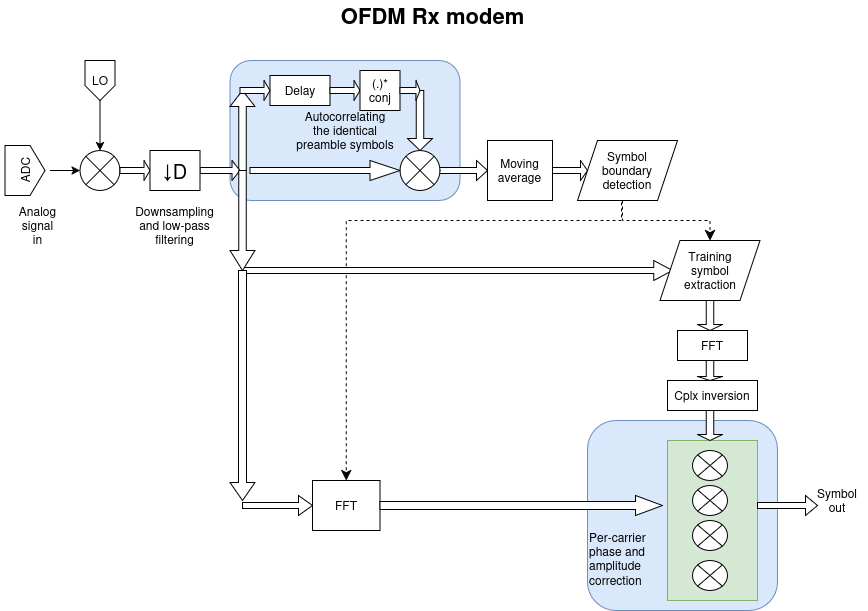
This is os/doc/ofdmmodem_rx.png from szoftveres/RF_instruments, a draw.io export, as it was before one commit. Source tidied: cells renumbered, new cells last; positions are measured from the earlier drawing's top-left corner, leaving out a move shared by most shapes.
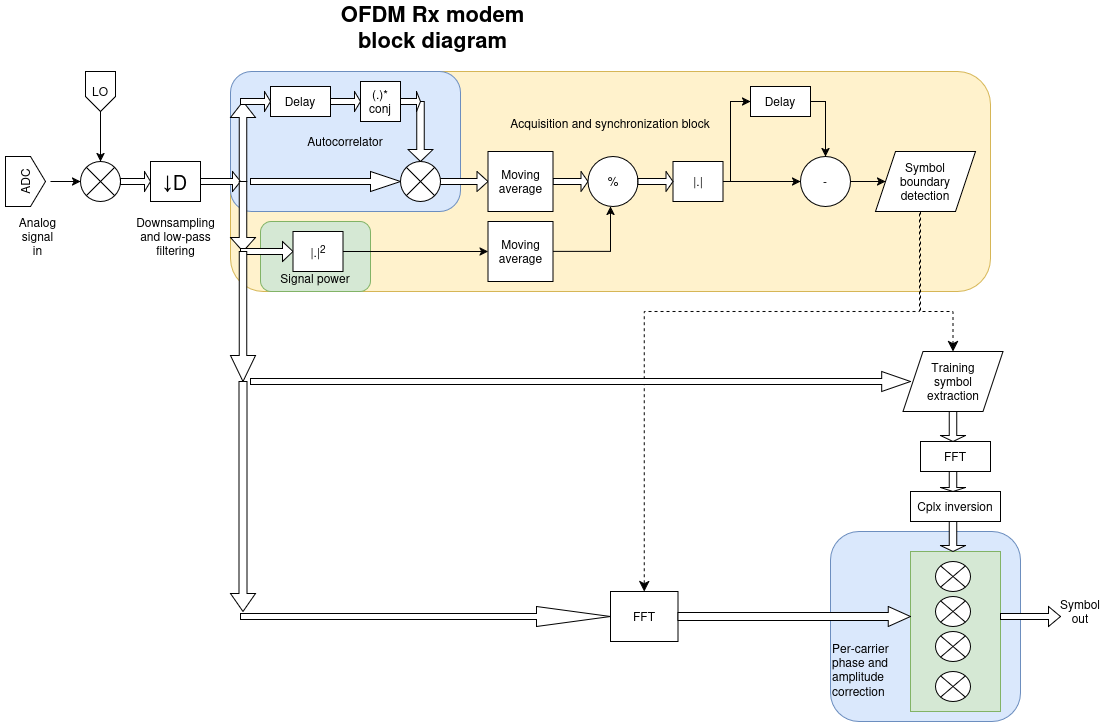
The same file after the commit.

Change to the diagram source:
```diff
@@ -2,17 +2,23 @@
   <root>
     <mxCell id="0" />
     <mxCell id="1" parent="0" />
+    <mxCell id="49" value="Acquisition and synchronization block&lt;div&gt;&lt;br&gt;&lt;/div&gt;&lt;div&gt;&lt;br&gt;&lt;/div&gt;&lt;div&gt;&lt;br&gt;&lt;/div&gt;&lt;div&gt;&lt;br&gt;&lt;/div&gt;&lt;div&gt;&lt;br&gt;&lt;/div&gt;&lt;div&gt;&lt;br&gt;&lt;/div&gt;&lt;div&gt;&lt;br&gt;&lt;/div&gt;&lt;div&gt;&lt;br&gt;&lt;/div&gt;" style="rounded=1;whiteSpace=wrap;html=1;fillColor=#fff2cc;strokeColor=#d6b656;" parent="1" vertex="1">
+      <mxGeometry x="229.5" y="60" width="760" height="220" as="geometry" />
+    </mxCell>
+    <mxCell id="50" value="&lt;div&gt;&lt;br&gt;&lt;/div&gt;&lt;div&gt;&lt;br&gt;&lt;/div&gt;&lt;div&gt;&lt;br&gt;&lt;/div&gt;&lt;div&gt;Signal power&lt;/div&gt;" style="rounded=1;whiteSpace=wrap;html=1;fillColor=#d5e8d4;strokeColor=#82b366;" parent="1" vertex="1">
+      <mxGeometry x="259.5" y="210" width="110" height="70" as="geometry" />
+    </mxCell>
     <mxCell id="2" style="edgeStyle=elbowEdgeStyle;elbow=vertical;endArrow=classic;html=1;curved=0;rounded=0;endSize=8;startSize=8;dashed=1;entryX=0.5;entryY=0;entryDx=0;entryDy=0;exitX=0.44;exitY=1.033;exitDx=0;exitDy=0;exitPerimeter=0;" parent="1" edge="1" source="22" target="36">
       <mxGeometry relative="1" as="geometry">
         <Array as="points">
-          <mxPoint x="482" y="220" />
+          <mxPoint x="779.5" y="300" />
         </Array>
       </mxGeometry>
     </mxCell>
     <mxCell id="3" value="&lt;div align=&quot;left&quot;&gt;&lt;br&gt;&lt;/div&gt;&lt;div align=&quot;left&quot;&gt;&lt;br&gt;&lt;/div&gt;&lt;div align=&quot;left&quot;&gt;&lt;br&gt;&lt;/div&gt;&lt;div align=&quot;left&quot;&gt;&lt;br&gt;&lt;/div&gt;&lt;div align=&quot;left&quot;&gt;&lt;br&gt;&lt;/div&gt;&lt;div align=&quot;left&quot;&gt;&lt;br&gt;&lt;/div&gt;&lt;div align=&quot;left&quot;&gt;Per-carrier&lt;/div&gt;&lt;div align=&quot;left&quot;&gt;phase and&lt;/div&gt;&lt;div align=&quot;left&quot;&gt;amplitude&lt;/div&gt;&lt;div align=&quot;left&quot;&gt;correction&lt;/div&gt;" style="rounded=1;whiteSpace=wrap;html=1;align=left;fillColor=#dae8fc;strokeColor=#6c8ebf;" parent="1" vertex="1">
-      <mxGeometry x="587" y="420" width="190" height="190" as="geometry" />
+      <mxGeometry x="829.5" y="520" width="190" height="190" as="geometry" />
     </mxCell>
-    <mxCell id="4" value="&lt;div&gt;Autocorrelating&lt;/div&gt;&lt;div&gt;the identical&lt;/div&gt;&lt;div&gt;preamble symbols&lt;/div&gt;" style="rounded=1;whiteSpace=wrap;html=1;fillColor=#dae8fc;strokeColor=#6c8ebf;" parent="1" vertex="1">
+    <mxCell id="4" value="Autocorrelator" style="rounded=1;whiteSpace=wrap;html=1;fillColor=#dae8fc;strokeColor=#6c8ebf;" parent="1" vertex="1">
       <mxGeometry x="229.5" y="60" width="230" height="140" as="geometry" />
     </mxCell>
     <mxCell id="5" style="shape=singleArrow;whiteSpace=wrap;html=1;" parent="1" vertex="1">
@@ -70,64 +76,64 @@
       <mxGeometry x="399.5" y="80" width="20" height="20" as="geometry" />
     </mxCell>
     <mxCell id="22" value="&lt;div&gt;Symbol&lt;/div&gt;&lt;div&gt;boundary&lt;/div&gt;&lt;div&gt;detection&lt;/div&gt;" style="shape=parallelogram;perimeter=parallelogramPerimeter;whiteSpace=wrap;html=1;fixedSize=1;" parent="1" vertex="1">
-      <mxGeometry x="577" y="140" width="100" height="60" as="geometry" />
+      <mxGeometry x="874.5" y="140" width="100" height="60" as="geometry" />
     </mxCell>
     <mxCell id="23" style="shape=singleArrow;whiteSpace=wrap;html=1;" parent="1" vertex="1">
       <mxGeometry x="552" y="160" width="35" height="20" as="geometry" />
     </mxCell>
     <mxCell id="24" style="shape=singleArrow;whiteSpace=wrap;html=1;arrowWidth=0.3;arrowSize=0.04367816091954023;" parent="1" vertex="1">
-      <mxGeometry x="242" y="260" width="430" height="20" as="geometry" />
+      <mxGeometry x="249.5" y="360" width="660" height="20" as="geometry" />
     </mxCell>
     <mxCell id="25" value="&lt;div&gt;Training&lt;/div&gt;&lt;div&gt;symbol&lt;/div&gt;&lt;div&gt;extraction&lt;/div&gt;" style="shape=parallelogram;perimeter=parallelogramPerimeter;whiteSpace=wrap;html=1;fixedSize=1;" parent="1" vertex="1">
-      <mxGeometry x="659.5" y="240" width="100" height="60" as="geometry" />
+      <mxGeometry x="902" y="340" width="100" height="60" as="geometry" />
     </mxCell>
     <mxCell id="26" style="shape=singleArrow;direction=north;whiteSpace=wrap;html=1;rotation=-180;" parent="1" vertex="1">
-      <mxGeometry x="697" y="300" width="25" height="30" as="geometry" />
+      <mxGeometry x="939.5" y="400" width="25" height="30" as="geometry" />
     </mxCell>
     <mxCell id="27" value="FFT" style="rounded=0;whiteSpace=wrap;html=1;" parent="1" vertex="1">
-      <mxGeometry x="677" y="330" width="70" height="30" as="geometry" />
+      <mxGeometry x="919.5" y="430" width="70" height="30" as="geometry" />
     </mxCell>
     <mxCell id="28" style="shape=singleArrow;direction=north;whiteSpace=wrap;html=1;rotation=-180;" parent="1" vertex="1">
-      <mxGeometry x="697" y="360" width="25" height="20" as="geometry" />
+      <mxGeometry x="939.5" y="460" width="25" height="20" as="geometry" />
     </mxCell>
     <mxCell id="29" value="Cplx inversion" style="rounded=0;whiteSpace=wrap;html=1;" parent="1" vertex="1">
-      <mxGeometry x="667" y="380" width="90" height="30" as="geometry" />
+      <mxGeometry x="909.5" y="480" width="90" height="30" as="geometry" />
     </mxCell>
     <mxCell id="30" style="rounded=0;whiteSpace=wrap;html=1;fillColor=#d5e8d4;strokeColor=#82b366;" parent="1" vertex="1">
-      <mxGeometry x="667" y="440" width="90" height="160" as="geometry" />
+      <mxGeometry x="909.5" y="540" width="90" height="160" as="geometry" />
     </mxCell>
     <mxCell id="31" style="shape=sumEllipse;perimeter=ellipsePerimeter;whiteSpace=wrap;html=1;backgroundOutline=1;" parent="1" vertex="1">
-      <mxGeometry x="692" y="450" width="35" height="30" as="geometry" />
+      <mxGeometry x="934.5" y="550" width="35" height="30" as="geometry" />
     </mxCell>
     <mxCell id="32" style="shape=sumEllipse;perimeter=ellipsePerimeter;whiteSpace=wrap;html=1;backgroundOutline=1;" parent="1" vertex="1">
-      <mxGeometry x="692" y="485" width="35" height="30" as="geometry" />
+      <mxGeometry x="934.5" y="585" width="35" height="30" as="geometry" />
     </mxCell>
     <mxCell id="33" style="shape=sumEllipse;perimeter=ellipsePerimeter;whiteSpace=wrap;html=1;backgroundOutline=1;" parent="1" vertex="1">
-      <mxGeometry x="692" y="520" width="35" height="30" as="geometry" />
+      <mxGeometry x="934.5" y="620" width="35" height="30" as="geometry" />
     </mxCell>
     <mxCell id="34" style="shape=sumEllipse;perimeter=ellipsePerimeter;whiteSpace=wrap;html=1;backgroundOutline=1;" parent="1" vertex="1">
-      <mxGeometry x="692" y="560" width="35" height="30" as="geometry" />
+      <mxGeometry x="934.5" y="660" width="35" height="30" as="geometry" />
     </mxCell>
     <mxCell id="35" style="shape=singleArrow;direction=north;whiteSpace=wrap;html=1;rotation=-180;" parent="1" vertex="1">
-      <mxGeometry x="697" y="410" width="25" height="30" as="geometry" />
+      <mxGeometry x="939.5" y="510" width="25" height="30" as="geometry" />
     </mxCell>
     <mxCell id="36" value="FFT" style="rounded=0;whiteSpace=wrap;html=1;" parent="1" vertex="1">
-      <mxGeometry x="312" y="480" width="67.5" height="50" as="geometry" />
+      <mxGeometry x="609.5" y="580" width="67.5" height="50" as="geometry" />
     </mxCell>
     <mxCell id="37" style="shape=singleArrow;whiteSpace=wrap;html=1;arrowWidth=0.4;arrowSize=0.09557522123893805;" parent="1" vertex="1">
-      <mxGeometry x="379.5" y="495" width="282.5" height="20" as="geometry" />
+      <mxGeometry x="677" y="595" width="232.5" height="20" as="geometry" />
     </mxCell>
     <mxCell id="38" style="shape=singleArrow;whiteSpace=wrap;html=1;" parent="1" vertex="1">
-      <mxGeometry x="242" y="495" width="70" height="20" as="geometry" />
+      <mxGeometry x="239.5" y="595" width="370" height="20" as="geometry" />
     </mxCell>
     <mxCell id="39" style="shape=singleArrow;direction=south;whiteSpace=wrap;html=1;arrowWidth=0.32;arrowSize=0.0782608695652174;" parent="1" vertex="1">
-      <mxGeometry x="229.5" y="270" width="25" height="230" as="geometry" />
+      <mxGeometry x="229.5" y="370" width="25" height="230" as="geometry" />
     </mxCell>
     <mxCell id="40" style="shape=singleArrow;whiteSpace=wrap;html=1;" parent="1" vertex="1">
-      <mxGeometry x="757" y="495" width="60" height="20" as="geometry" />
+      <mxGeometry x="999.5" y="595" width="60" height="20" as="geometry" />
     </mxCell>
     <mxCell id="41" value="&lt;div&gt;Symbol&lt;/div&gt;&lt;div&gt;out&lt;/div&gt;" style="text;html=1;whiteSpace=wrap;strokeColor=none;fillColor=none;align=center;verticalAlign=middle;rounded=0;" parent="1" vertex="1">
-      <mxGeometry x="807" y="485" width="60" height="30" as="geometry" />
+      <mxGeometry x="1049.5" y="585" width="60" height="30" as="geometry" />
     </mxCell>
     <mxCell id="42" value="&lt;div&gt;Analog&lt;/div&gt;&lt;div&gt;signal&lt;/div&gt;&lt;div&gt;in&lt;/div&gt;" style="text;html=1;whiteSpace=wrap;strokeColor=none;fillColor=none;align=center;verticalAlign=middle;rounded=0;" parent="1" vertex="1">
       <mxGeometry x="-0.5" y="200" width="75" height="50" as="geometry" />
@@ -135,7 +141,7 @@
     <mxCell id="43" value="&lt;div&gt;Downsampling&lt;/div&gt;&lt;div&gt;and low-pass filtering&lt;/div&gt;" style="text;html=1;whiteSpace=wrap;strokeColor=none;fillColor=none;align=center;verticalAlign=middle;rounded=0;" parent="1" vertex="1">
       <mxGeometry x="137" y="200" width="75" height="50" as="geometry" />
     </mxCell>
-    <mxCell id="44" value="&lt;font style=&quot;font-size: 22px;&quot;&gt;&lt;b&gt;OFDM Rx modem&lt;/b&gt;&lt;/font&gt;" style="text;html=1;whiteSpace=wrap;strokeColor=none;fillColor=none;align=center;verticalAlign=middle;rounded=0;" parent="1" vertex="1">
+    <mxCell id="44" value="&lt;font style=&quot;font-size: 22px;&quot;&gt;&lt;b&gt;OFDM Rx modem block diagram&lt;/b&gt;&lt;/font&gt;" style="text;html=1;whiteSpace=wrap;strokeColor=none;fillColor=none;align=center;verticalAlign=middle;rounded=0;" parent="1" vertex="1">
       <mxGeometry x="309.5" width="245" height="30" as="geometry" />
     </mxCell>
     <mxCell id="45" style="shape=singleArrow;whiteSpace=wrap;html=1;" parent="1" vertex="1">
@@ -145,15 +151,74 @@
       <mxGeometry x="487" y="140" width="65" height="60" as="geometry" />
     </mxCell>
     <mxCell id="47" style="shape=singleArrow;direction=south;whiteSpace=wrap;html=1;" parent="1" vertex="1">
-      <mxGeometry x="229.5" y="170" width="25" height="100" as="geometry" />
+      <mxGeometry x="229.5" y="170" width="25" height="70" as="geometry" />
     </mxCell>
     <mxCell id="48" style="edgeStyle=elbowEdgeStyle;elbow=vertical;endArrow=classic;html=1;curved=0;rounded=0;endSize=8;startSize=8;dashed=1;entryX=0.5;entryY=0;entryDx=0;entryDy=0;" parent="1" edge="1" target="25">
       <mxGeometry relative="1" as="geometry">
-        <mxPoint x="622" y="200" as="sourcePoint" />
+        <mxPoint x="919.5" y="200" as="sourcePoint" />
         <Array as="points">
-          <mxPoint x="672" y="220" />
+          <mxPoint x="939.5" y="300" />
         </Array>
       </mxGeometry>
     </mxCell>
+    <mxCell id="51" style="shape=singleArrow;whiteSpace=wrap;html=1;" parent="1" vertex="1">
+      <mxGeometry x="239.5" y="230" width="52.5" height="20" as="geometry" />
+    </mxCell>
+    <mxCell id="52" value="|.|&lt;sup&gt;2&lt;/sup&gt;" style="rounded=0;whiteSpace=wrap;html=1;" parent="1" vertex="1">
+      <mxGeometry x="292" y="220" width="50" height="40" as="geometry" />
+    </mxCell>
+    <mxCell id="53" value="&lt;div&gt;Moving&lt;/div&gt;&lt;div&gt;average&lt;/div&gt;" style="rounded=0;whiteSpace=wrap;html=1;" parent="1" vertex="1">
+      <mxGeometry x="487" y="210" width="65" height="60" as="geometry" />
+    </mxCell>
+    <mxCell id="54" style="endArrow=classic;html=1;rounded=0;entryX=0;entryY=0.5;entryDx=0;entryDy=0;exitX=1;exitY=0.5;exitDx=0;exitDy=0;" parent="1" edge="1" source="52" target="53">
+      <mxGeometry relative="1" as="geometry" />
+    </mxCell>
+    <mxCell id="55" value="%" style="ellipse;whiteSpace=wrap;html=1;" parent="1" vertex="1">
+      <mxGeometry x="587" y="145" width="50" height="50" as="geometry" />
+    </mxCell>
+    <mxCell id="56" style="endArrow=classic;html=1;rounded=0;exitX=1;exitY=0.5;exitDx=0;exitDy=0;" parent="1" edge="1" source="53">
+      <mxGeometry relative="1" as="geometry">
+        <mxPoint x="609.5" y="195" as="targetPoint" />
+        <Array as="points">
+          <mxPoint x="609.5" y="240" />
+        </Array>
+      </mxGeometry>
+    </mxCell>
+    <mxCell id="57" value="|.|" style="rounded=0;whiteSpace=wrap;html=1;" parent="1" vertex="1">
+      <mxGeometry x="672" y="150" width="50" height="40" as="geometry" />
+    </mxCell>
+    <mxCell id="58" style="shape=singleArrow;whiteSpace=wrap;html=1;" parent="1" vertex="1">
+      <mxGeometry x="637" y="160" width="35" height="20" as="geometry" />
+    </mxCell>
+    <mxCell id="59" value="-" style="ellipse;whiteSpace=wrap;html=1;" parent="1" vertex="1">
+      <mxGeometry x="799.5" y="145" width="50" height="50" as="geometry" />
+    </mxCell>
+    <mxCell id="60" style="endArrow=classic;html=1;rounded=0;exitX=1;exitY=0.5;exitDx=0;exitDy=0;entryX=0;entryY=0.5;entryDx=0;entryDy=0;" parent="1" edge="1" source="57" target="59">
+      <mxGeometry relative="1" as="geometry" />
+    </mxCell>
+    <mxCell id="61" value="Delay" style="rounded=0;whiteSpace=wrap;html=1;" parent="1" vertex="1">
+      <mxGeometry x="749.5" y="75" width="60" height="30" as="geometry" />
+    </mxCell>
+    <mxCell id="62" style="endArrow=classic;html=1;rounded=0;entryX=0;entryY=0.5;entryDx=0;entryDy=0;" parent="1" edge="1" target="61">
+      <mxGeometry relative="1" as="geometry">
+        <mxPoint x="729.5" y="170" as="sourcePoint" />
+        <Array as="points">
+          <mxPoint x="729.5" y="90" />
+        </Array>
+      </mxGeometry>
+    </mxCell>
+    <mxCell id="63" style="endArrow=classic;html=1;rounded=0;entryX=0.5;entryY=0;entryDx=0;entryDy=0;exitX=1;exitY=0.5;exitDx=0;exitDy=0;" parent="1" edge="1" source="61" target="59">
+      <mxGeometry relative="1" as="geometry">
+        <Array as="points">
+          <mxPoint x="824.5" y="90" />
+        </Array>
+      </mxGeometry>
+    </mxCell>
+    <mxCell id="64" style="shape=singleArrow;direction=south;whiteSpace=wrap;html=1;" parent="1" vertex="1">
+      <mxGeometry x="229.5" y="240" width="25" height="130" as="geometry" />
+    </mxCell>
+    <mxCell id="65" style="endArrow=classic;html=1;rounded=0;entryX=0;entryY=0.5;entryDx=0;entryDy=0;exitX=1;exitY=0.5;exitDx=0;exitDy=0;" parent="1" edge="1" source="59" target="22">
+      <mxGeometry relative="1" as="geometry" />
+    </mxCell>
   </root>
 </mxGraphModel>
```
